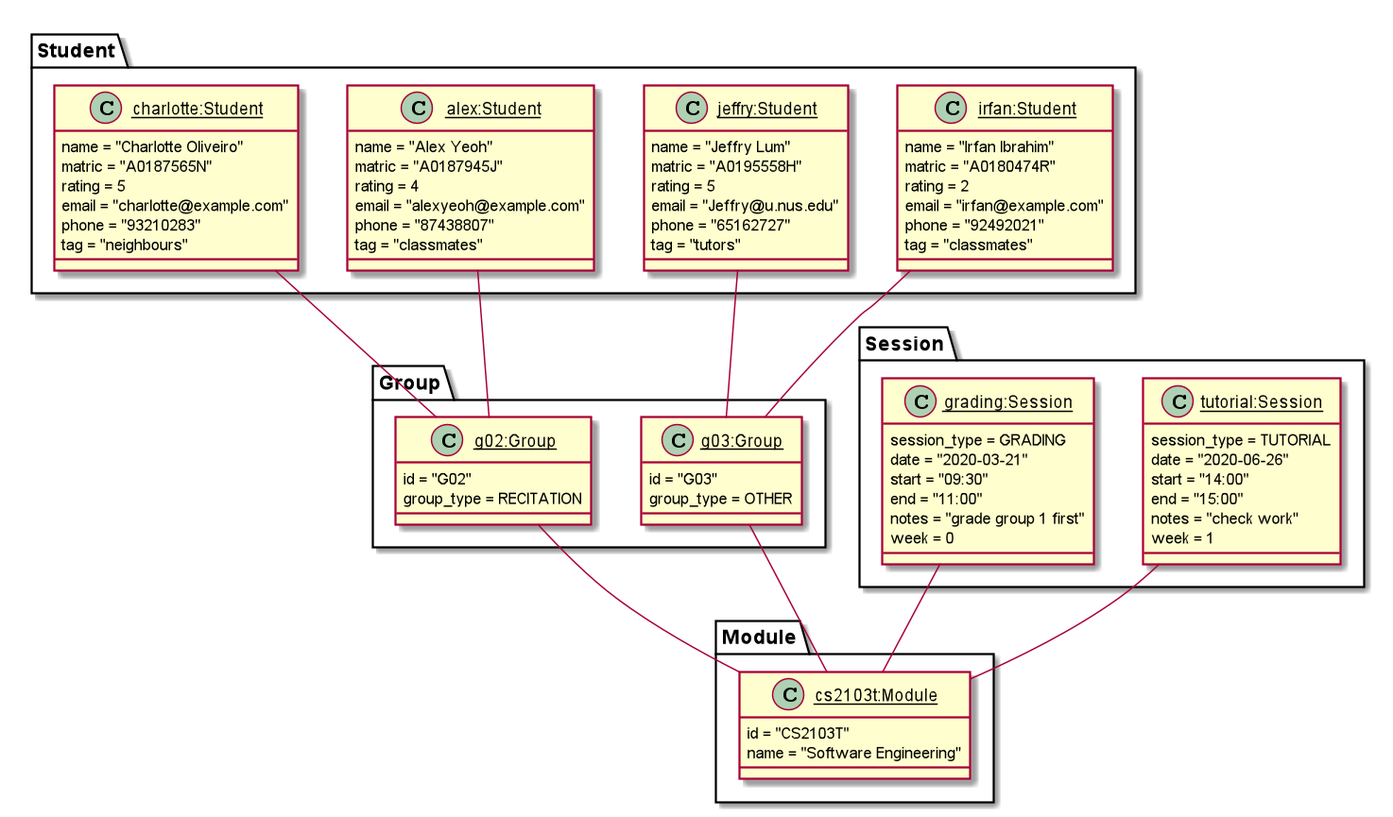
This is docs/images/ModelObjectDiagram.png from nus-cs2103-AY1920S2/addressbook-level3, a PlantUML export, as it was before one commit.
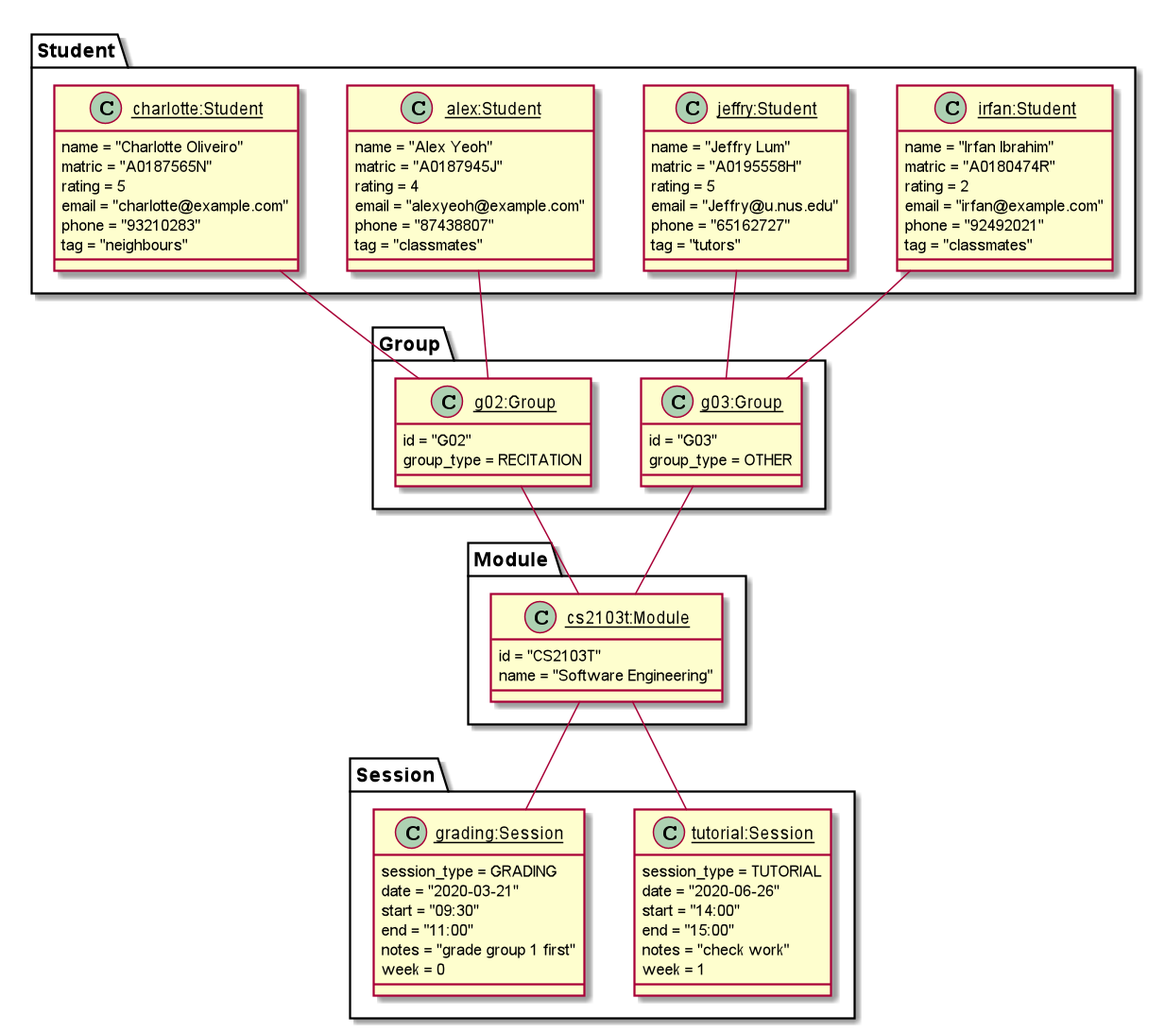
The same file after the commit.

Commit message:
Add object diagram

Change to the diagram source:
```diff
@@ -85,7 +85,7 @@
 Student3 -- Group1
 Student4 -- Group1
 
-Session1 -- Module1
-Session2 -- Module1
+Session1 -up- Module1
+Session2 -up- Module1
 
 @enduml
```
